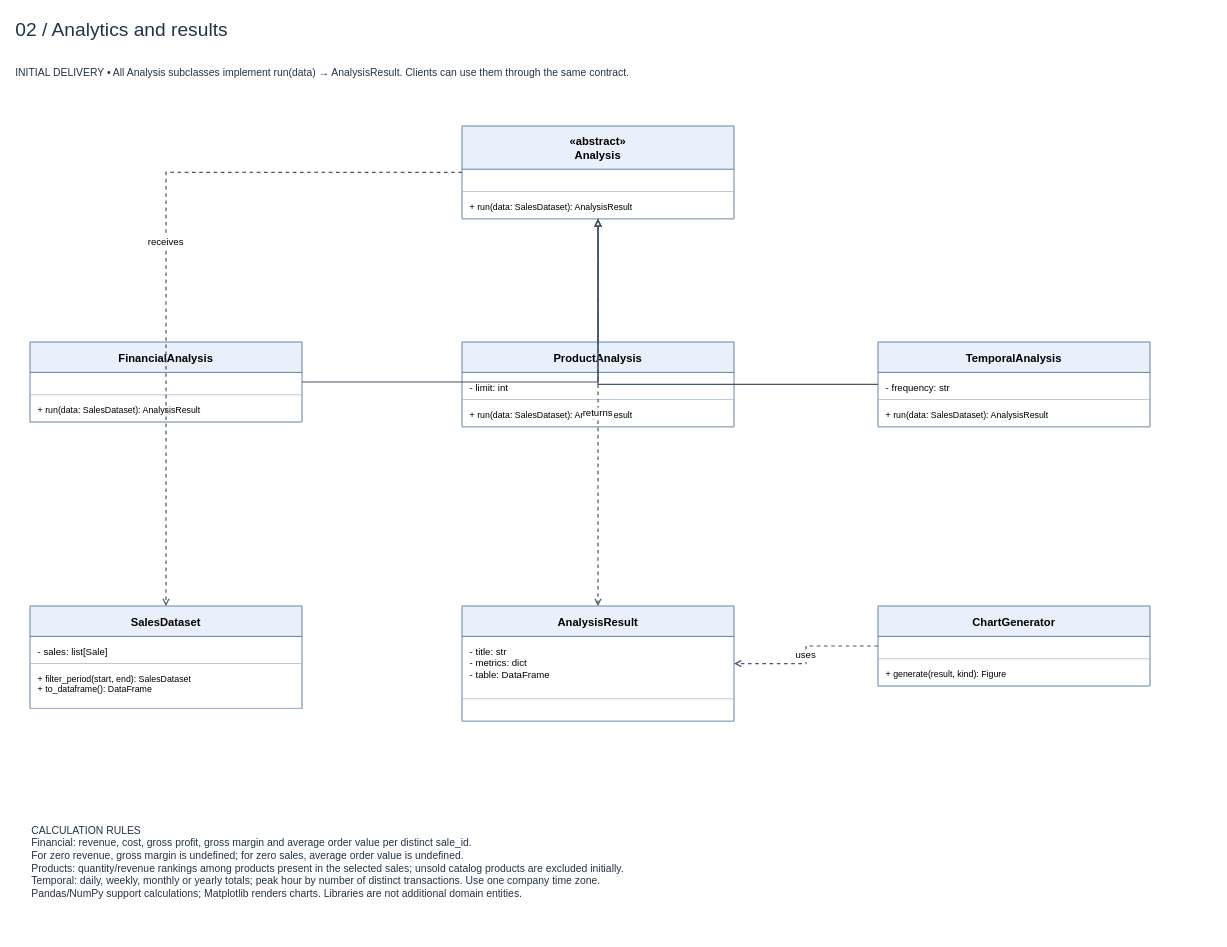
smacedo7/sales-data-analyzer keeps this draw.io diagram as page "2 - Analytics" (2 of 3) of docs/diagrams/initial-class-diagram.drawio. Above is the earlier version. Source tidied: cells renumbered, new cells numbered last; positions are measured from the earlier drawing's top-left corner, leaving out a move shared by most shapes. Both pictures are drawn from the tidied source at 80%, with x=0, y=0 at pixel (14, 14).
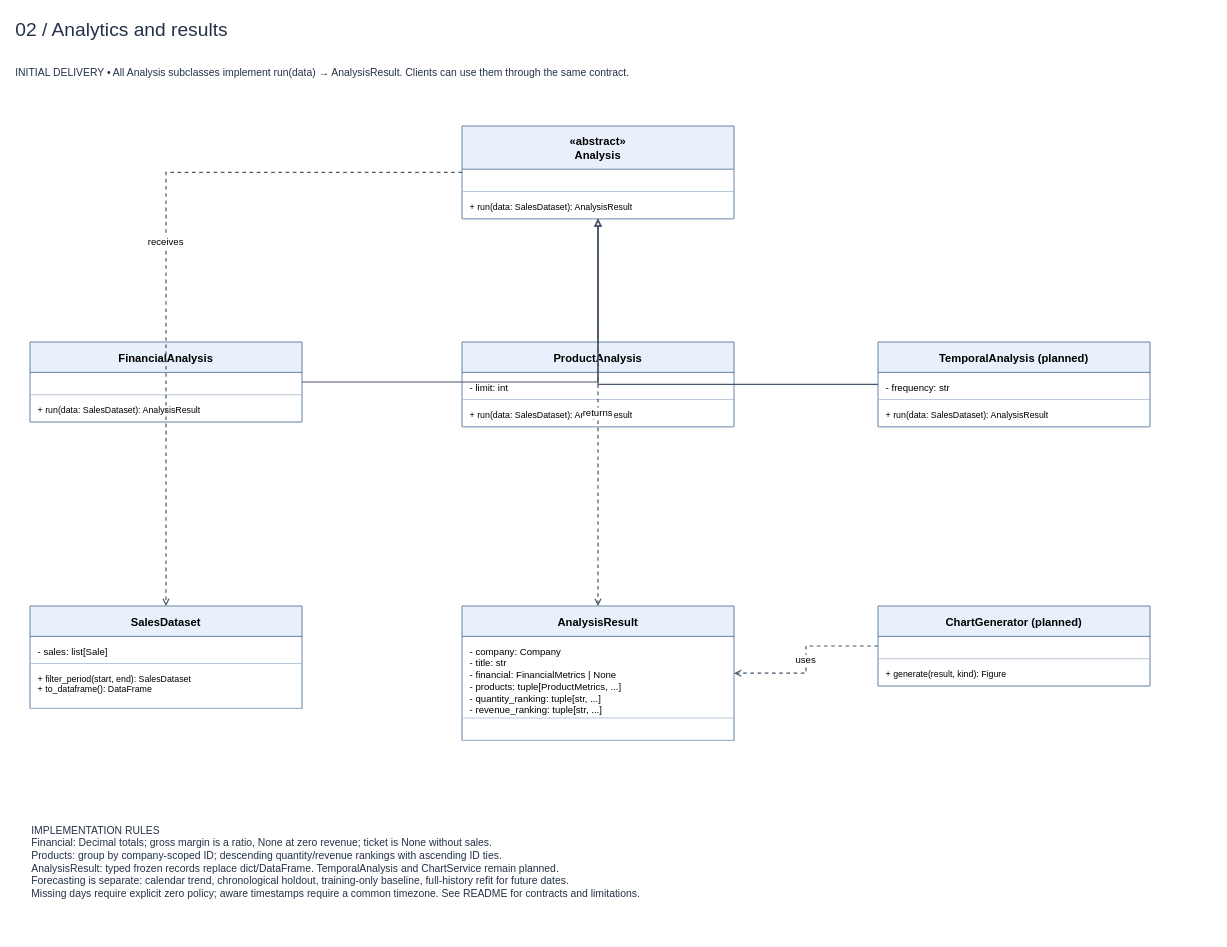
The same page after the edit.

Commit message (it also covers changes not shown here):
feat: add typed sales analyses and temporal revenue forecasting

What changed in the source:
```diff
@@
-    <mxCell id="13" value="TemporalAnalysis" style="swimlane;html=0;startSize=38;horizontal=1;rounded=0;fillColor=#e8f0fc;swimlaneFillColor=#ffffff;strokeColor=#46658c;fontStyle=1;fontSize=14;align=center;" parent="1" vertex="1">
+    <mxCell id="13" value="TemporalAnalysis (planned)" style="swimlane;html=0;startSize=38;horizontal=1;rounded=0;fillColor=#e8f0fc;swimlaneFillColor=#ffffff;strokeColor=#46658c;fontStyle=1;fontSize=14;align=center;" parent="1" vertex="1">
       <mxGeometry x="1080" y="410" width="340" height="106" as="geometry" />
     </mxCell>
@@
     <mxCell id="19" value="AnalysisResult" style="swimlane;html=0;startSize=38;horizontal=1;rounded=0;fillColor=#e8f0fc;swimlaneFillColor=#ffffff;strokeColor=#46658c;fontStyle=1;fontSize=14;align=center;" parent="1" vertex="1">
-      <mxGeometry x="560" y="740" width="340" height="144" as="geometry" />
+      <mxGeometry x="560" y="740" width="340" height="168" as="geometry" />
     </mxCell>
-    <mxCell id="20" value="- title: str&#10;- metrics: dict&#10;- table: DataFrame" style="text;html=0;whiteSpace=wrap;align=left;verticalAlign=top;spacingLeft=8;spacingTop=6;fontSize=12;" parent="19" vertex="1">
-      <mxGeometry y="38" width="340" height="78" as="geometry" />
+    <mxCell id="20" value="- company: Company&#10;- title: str&#10;- financial: FinancialMetrics | None&#10;- products: tuple[ProductMetrics, ...]&#10;- quantity_ranking: tuple[str, ...]&#10;- revenue_ranking: tuple[str, ...]" style="text;html=0;whiteSpace=wrap;align=left;verticalAlign=top;spacingLeft=8;spacingTop=6;fontSize=12;" parent="19" vertex="1">
+      <mxGeometry y="38" width="340" height="102" as="geometry" />
     </mxCell>
     <mxCell id="21" style="text;html=0;whiteSpace=wrap;align=left;verticalAlign=top;spacingLeft=8;spacingTop=6;fontSize=11;strokeColor=#a9bbcf;" parent="19" vertex="1">
-      <mxGeometry y="116" width="340" height="28" as="geometry" />
+      <mxGeometry y="140" width="340" height="28" as="geometry" />
     </mxCell>
-    <mxCell id="22" value="ChartGenerator" style="swimlane;html=0;startSize=38;horizontal=1;rounded=0;fillColor=#e8f0fc;swimlaneFillColor=#ffffff;strokeColor=#46658c;fontStyle=1;fontSize=14;align=center;" parent="1" vertex="1">
+    <mxCell id="22" value="ChartGenerator (planned)" style="swimlane;html=0;startSize=38;horizontal=1;rounded=0;fillColor=#e8f0fc;swimlaneFillColor=#ffffff;strokeColor=#46658c;fontStyle=1;fontSize=14;align=center;" parent="1" vertex="1">
       <mxGeometry x="1080" y="740" width="340" height="100" as="geometry" />
     </mxCell>
@@
-    <mxCell id="31" value="CALCULATION RULES&#10;Financial: revenue, cost, gross profit, gross margin and average order value per distinct sale_id.&#10;For zero revenue, gross margin is undefined; for zero sales, average order value is undefined.&#10;Products: quantity/revenue rankings among products present in the selected sales; unsold catalog products are excluded initially.&#10;Temporal: daily, weekly, monthly or yearly totals; peak hour by number of distinct transactions. Use one company time zone.&#10;Pandas/NumPy support calculations; Matplotlib renders charts. Libraries are not additional domain entities." style="text;html=0;whiteSpace=wrap;align=left;verticalAlign=middle;fontSize=13;fontColor=#243247;" parent="1" vertex="1">
+    <mxCell id="31" value="IMPLEMENTATION RULES&#10;Financial: Decimal totals; gross margin is a ratio, None at zero revenue; ticket is None without sales.&#10;Products: group by company-scoped ID; descending quantity/revenue rankings with ascending ID ties.&#10;AnalysisResult: typed frozen records replace dict/DataFrame. TemporalAnalysis and ChartService remain planned.&#10;Forecasting is separate: calendar trend, chronological holdout, training-only baseline, full-history refit for future dates.&#10;Missing days require explicit zero policy; aware timestamps require a common timezone. See README for contracts and limitations." style="text;html=0;whiteSpace=wrap;align=left;verticalAlign=middle;fontSize=13;fontColor=#243247;" parent="1" vertex="1">
       <mxGeometry x="20" y="970" width="1460" height="180" as="geometry" />
     </mxCell>
```
